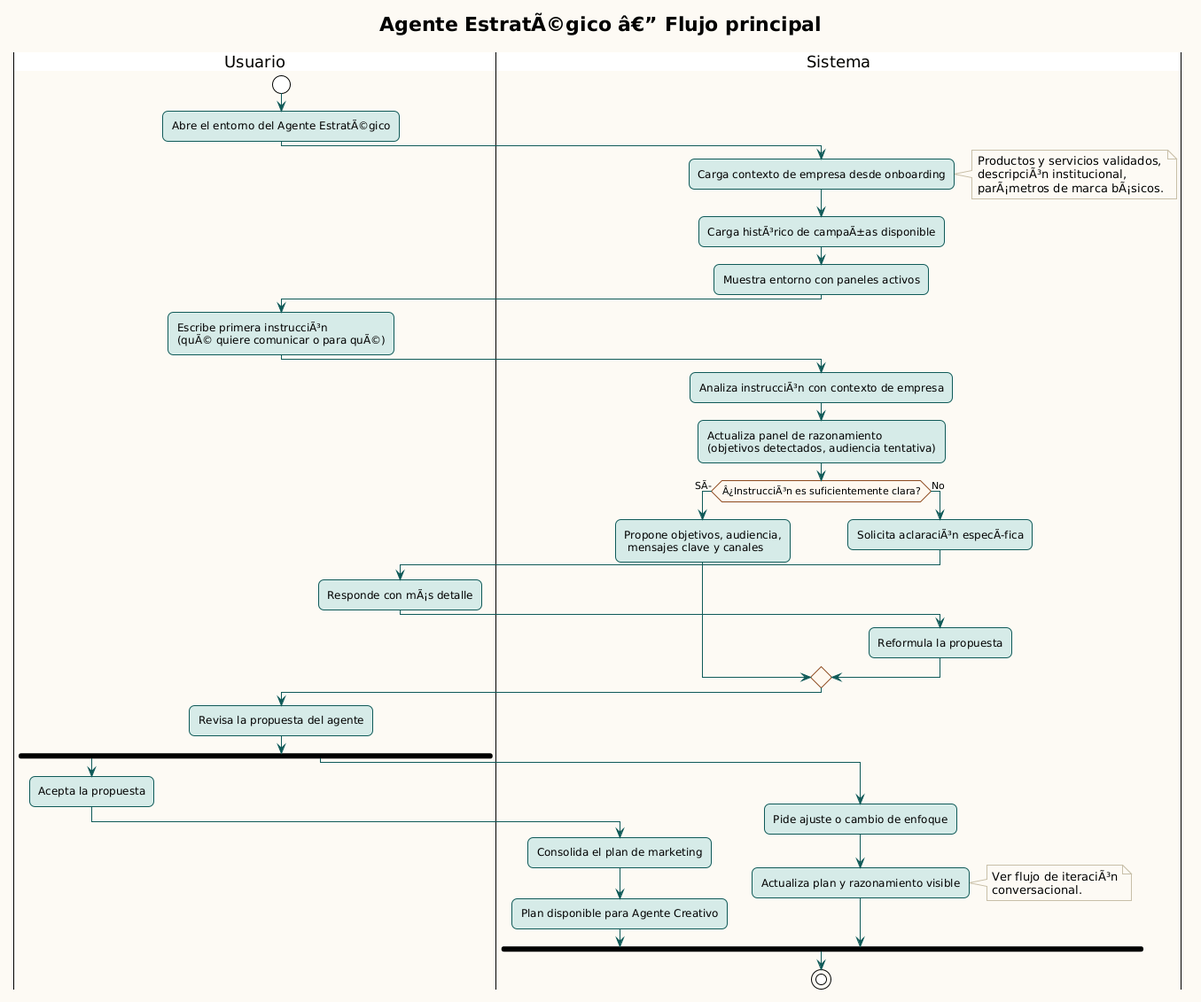
Above: agent/assets/img/diagramas/agente-estrategico-flujo.png in sedibuc/documentacion_cintel (PlantUML), before the change. Its diagram source:
```plantuml
@startuml
!theme plain
skinparam backgroundColor #FDFAF4
skinparam defaultFontName Segoe UI
skinparam roundCorner 12
skinparam ArrowColor #0f5a58
skinparam ActivityBorderColor #0f5a58
skinparam ActivityBackgroundColor #d6ebe8
skinparam ActivityDiamondBackgroundColor #fff8ef
skinparam ActivityDiamondBorderColor #8d4a1f
skinparam NoteBackgroundColor #fffdf6
skinparam NoteBorderColor #c8bfa8

title Agente EstratÃ©gico â€” Flujo principal

|Usuario|
start
:Abre el entorno del Agente EstratÃ©gico;

|Sistema|
:Carga contexto de empresa desde onboarding;
note right
  Productos y servicios validados,
  descripciÃ³n institucional,
  parÃ¡metros de marca bÃ¡sicos.
end note
:Carga histÃ³rico de campaÃ±as disponible;
:Muestra entorno con paneles activos;

|Usuario|
:Escribe primera instrucciÃ³n\n(quÃ© quiere comunicar o para quÃ©);

|Sistema|
:Analiza instrucciÃ³n con contexto de empresa;
:Actualiza panel de razonamiento\n(objetivos detectados, audiencia tentativa);

if (Â¿InstrucciÃ³n es suficientemente clara?) then (SÃ­)
  :Propone objetivos, audiencia,\n mensajes clave y canales;
else (No)
  :Solicita aclaraciÃ³n especÃ­fica;
  |Usuario|
  :Responde con mÃ¡s detalle;
  |Sistema|
  :Reformula la propuesta;
endif

|Usuario|
:Revisa la propuesta del agente;

fork
  :Acepta la propuesta;
  |Sistema|
  :Consolida el plan de marketing;
  :Plan disponible para Agente Creativo;

fork again
  :Pide ajuste o cambio de enfoque;
  |Sistema|
  :Actualiza plan y razonamiento visible;
  note right
    Ver flujo de iteraciÃ³n
    conversacional.
  end note

end fork

stop
@enduml
```
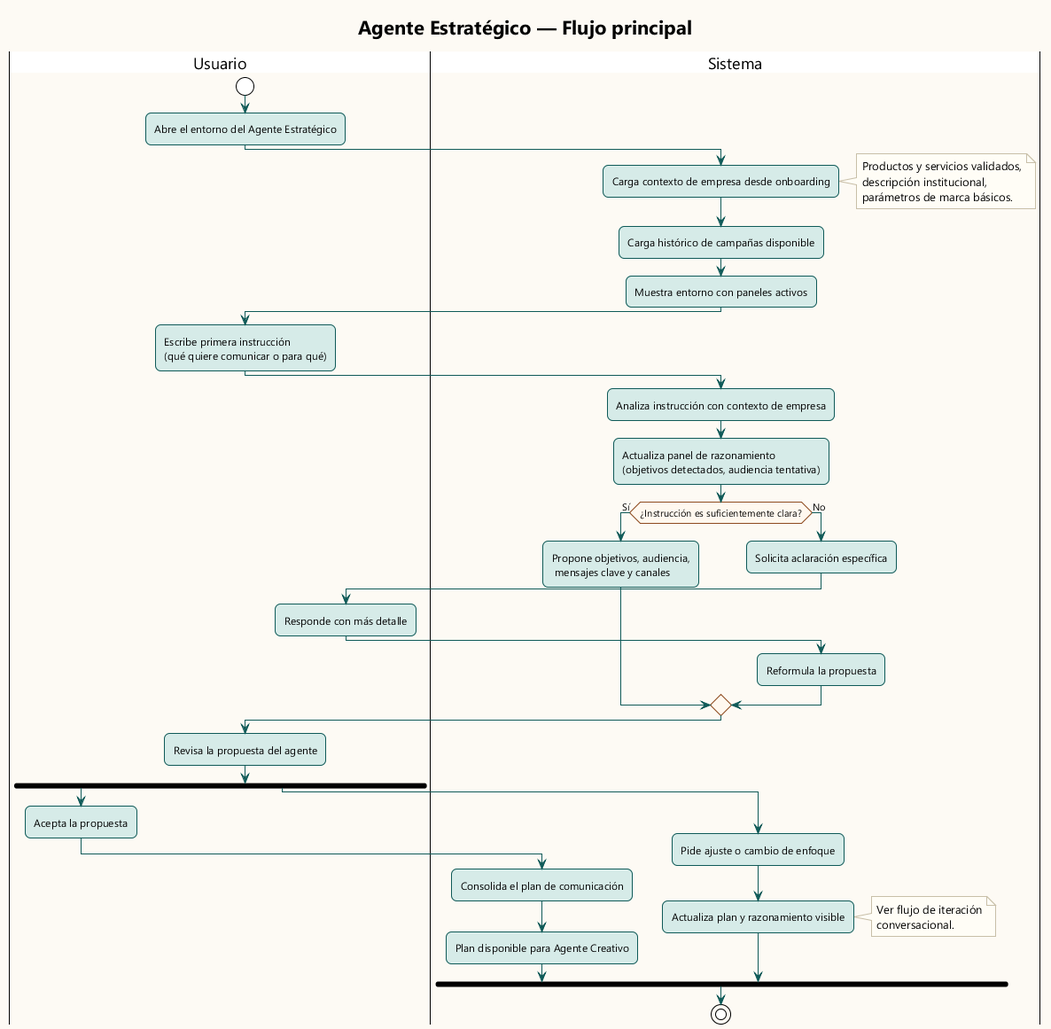
The same file after the commit.

The edit, as a diff of the source:
```diff
@@ -1,4 +1,4 @@
-@startuml
+@startuml agente-estrategico-flujo
 !theme plain
 skinparam backgroundColor #FDFAF4
 skinparam defaultFontName Segoe UI
@@ -11,35 +11,35 @@
 skinparam NoteBackgroundColor #fffdf6
 skinparam NoteBorderColor #c8bfa8
 
-title Agente EstratÃ©gico â€” Flujo principal
+title Agente Estratégico — Flujo principal
 
 |Usuario|
 start
-:Abre el entorno del Agente EstratÃ©gico;
+:Abre el entorno del Agente Estratégico;
 
 |Sistema|
 :Carga contexto de empresa desde onboarding;
 note right
   Productos y servicios validados,
-  descripciÃ³n institucional,
-  parÃ¡metros de marca bÃ¡sicos.
+  descripción institucional,
+  parámetros de marca básicos.
 end note
-:Carga histÃ³rico de campaÃ±as disponible;
+:Carga histórico de campañas disponible;
 :Muestra entorno con paneles activos;
 
 |Usuario|
-:Escribe primera instrucciÃ³n\n(quÃ© quiere comunicar o para quÃ©);
+:Escribe primera instrucción\n(qué quiere comunicar o para qué);
 
 |Sistema|
-:Analiza instrucciÃ³n con contexto de empresa;
+:Analiza instrucción con contexto de empresa;
 :Actualiza panel de razonamiento\n(objetivos detectados, audiencia tentativa);
 
-if (Â¿InstrucciÃ³n es suficientemente clara?) then (SÃ­)
+if (¿Instrucción es suficientemente clara?) then (Sí)
   :Propone objetivos, audiencia,\n mensajes clave y canales;
 else (No)
-  :Solicita aclaraciÃ³n especÃ­fica;
+  :Solicita aclaración específica;
   |Usuario|
-  :Responde con mÃ¡s detalle;
+  :Responde con más detalle;
   |Sistema|
   :Reformula la propuesta;
 endif
@@ -50,7 +50,7 @@
 fork
   :Acepta la propuesta;
   |Sistema|
-  :Consolida el plan de marketing;
+  :Consolida el plan de comunicación;
   :Plan disponible para Agente Creativo;
 
 fork again
@@ -58,11 +58,12 @@
   |Sistema|
   :Actualiza plan y razonamiento visible;
   note right
-    Ver flujo de iteraciÃ³n
+    Ver flujo de iteración
     conversacional.
   end note
 
 end fork
 
 stop
+
 @enduml
```
